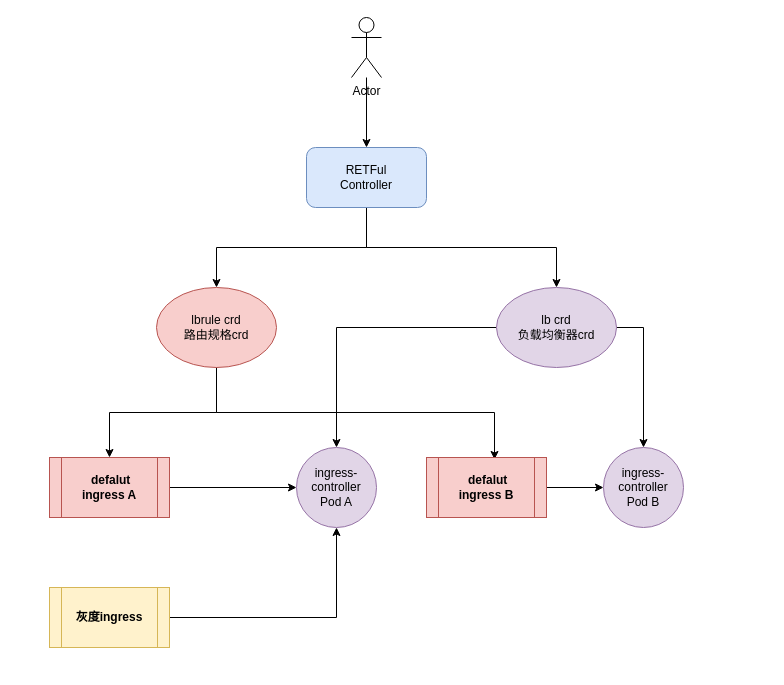
chenguoquan1024/kubespray keeps this draw.io diagram as Untitled Diagram.drawio. Above is the earlier version. Source tidied: cells renumbered, new cells numbered last; positions are measured from the earlier drawing's top-left corner, leaving out a move shared by most shapes. Both pictures are drawn from the tidied source at 100%, with x=0, y=0 at pixel (49, 17).
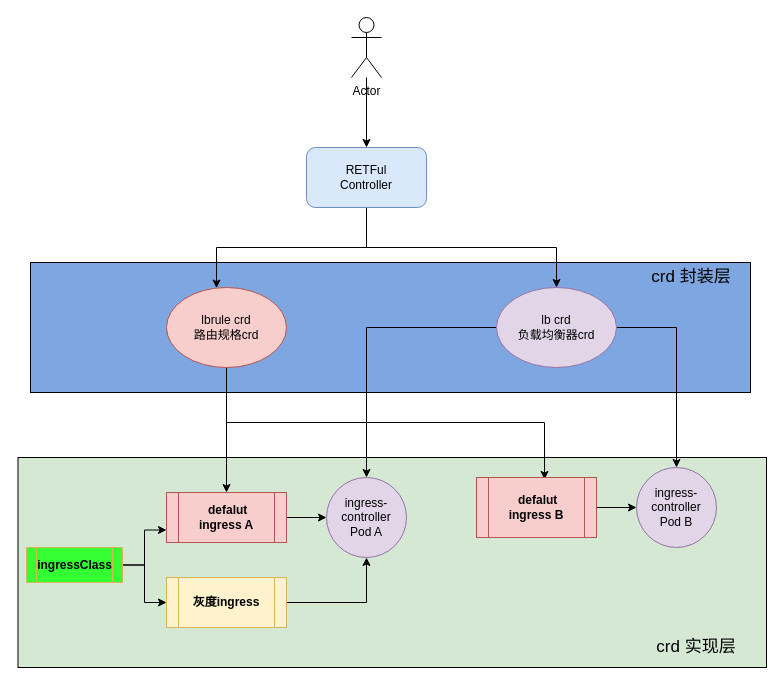
Above is the later version.

Change to the diagram source:
```diff
@@
+    <mxCell id="21" style="rounded=0;whiteSpace=wrap;html=1;fillColor=#D5E8D4;" parent="1" vertex="1">
+      <mxGeometry x="-31.5" y="440" width="748.5" height="210" as="geometry" />
+    </mxCell>
+    <mxCell id="22" style="rounded=0;whiteSpace=wrap;html=1;fillColor=#7EA6E0;" parent="1" vertex="1">
+      <mxGeometry x="-19" y="245" width="720" height="130" as="geometry" />
+    </mxCell>
@@
     <mxCell id="5" value="ingress-controller&lt;br&gt;Pod A" style="ellipse;whiteSpace=wrap;html=1;fillColor=#e1d5e7;strokeColor=#9673a6;" parent="1" vertex="1">
-      <mxGeometry x="247" y="430" width="80" height="80" as="geometry" />
+      <mxGeometry x="277" y="460" width="80" height="80" as="geometry" />
     </mxCell>
@@
     <mxCell id="7" value="&lt;b&gt;&amp;nbsp;defalut&lt;br&gt;ingress A&lt;/b&gt;" style="shape=process;whiteSpace=wrap;html=1;backgroundOutline=1;fillColor=#f8cecc;strokeColor=#b85450;" parent="1" vertex="1">
-      <mxGeometry y="440" width="120" height="60" as="geometry" />
+      <mxGeometry x="117" y="475" width="120" height="50" as="geometry" />
     </mxCell>
@@
     <mxCell id="9" value="&lt;b&gt;灰度ingress&lt;/b&gt;" style="shape=process;whiteSpace=wrap;html=1;backgroundOutline=1;fillColor=#fff2cc;strokeColor=#d6b656;" parent="1" vertex="1">
-      <mxGeometry y="570" width="120" height="60" as="geometry" />
+      <mxGeometry x="117" y="560" width="120" height="50" as="geometry" />
     </mxCell>
@@
     <mxCell id="12" value="lbrule crd&lt;br&gt;路由规格crd" style="ellipse;whiteSpace=wrap;html=1;fillColor=#f8cecc;strokeColor=#b85450;" parent="1" vertex="1">
-      <mxGeometry x="107" y="270" width="120" height="80" as="geometry" />
+      <mxGeometry x="117" y="270" width="120" height="80" as="geometry" />
     </mxCell>
@@
     <mxCell id="18" value="ingress-controller&lt;br&gt;Pod B" style="ellipse;whiteSpace=wrap;html=1;fillColor=#e1d5e7;strokeColor=#9673a6;" parent="1" vertex="1">
-      <mxGeometry x="554" y="430" width="80" height="80" as="geometry" />
+      <mxGeometry x="587" y="450" width="80" height="80" as="geometry" />
     </mxCell>
@@
     <mxCell id="20" value="&lt;b&gt;&amp;nbsp;defalut&lt;br&gt;ingress B&lt;/b&gt;" style="shape=process;whiteSpace=wrap;html=1;backgroundOutline=1;fillColor=#f8cecc;strokeColor=#b85450;" parent="1" vertex="1">
-      <mxGeometry x="377" y="440" width="120" height="60" as="geometry" />
+      <mxGeometry x="427" y="460" width="120" height="60" as="geometry" />
     </mxCell>
+    <mxCell id="23" value="&lt;font style=&quot;font-size: 17px&quot;&gt;crd 封装层&lt;/font&gt;" style="text;html=1;strokeColor=none;fillColor=none;align=center;verticalAlign=middle;whiteSpace=wrap;rounded=0;" parent="1" vertex="1">
+      <mxGeometry x="587" y="250" width="110" height="20" as="geometry" />
+    </mxCell>
+    <mxCell id="24" value="&lt;font style=&quot;font-size: 17px&quot;&gt;crd 实现层&lt;/font&gt;" style="text;html=1;strokeColor=none;fillColor=none;align=center;verticalAlign=middle;whiteSpace=wrap;rounded=0;" parent="1" vertex="1">
+      <mxGeometry x="587" y="620" width="120" height="20" as="geometry" />
+    </mxCell>
+    <mxCell id="25" style="edgeStyle=orthogonalEdgeStyle;rounded=0;jettySize=auto;html=1;exitX=1;exitY=0.5;exitDx=0;exitDy=0;entryX=0;entryY=0.75;entryDx=0;entryDy=0;" parent="1" edge="1" source="27" target="7">
+      <mxGeometry relative="1" as="geometry" />
+    </mxCell>
+    <mxCell id="26" style="edgeStyle=orthogonalEdgeStyle;rounded=0;jettySize=auto;html=1;" parent="1" edge="1" source="27" target="9">
+      <mxGeometry relative="1" as="geometry" />
+    </mxCell>
+    <mxCell id="27" value="&lt;b&gt;ingressClass&lt;/b&gt;" style="shape=process;whiteSpace=wrap;html=1;backgroundOutline=1;strokeColor=#d6b656;fillColor=#33FF33;" parent="1" vertex="1">
+      <mxGeometry x="-23" y="530" width="96" height="35" as="geometry" />
+    </mxCell>
```
